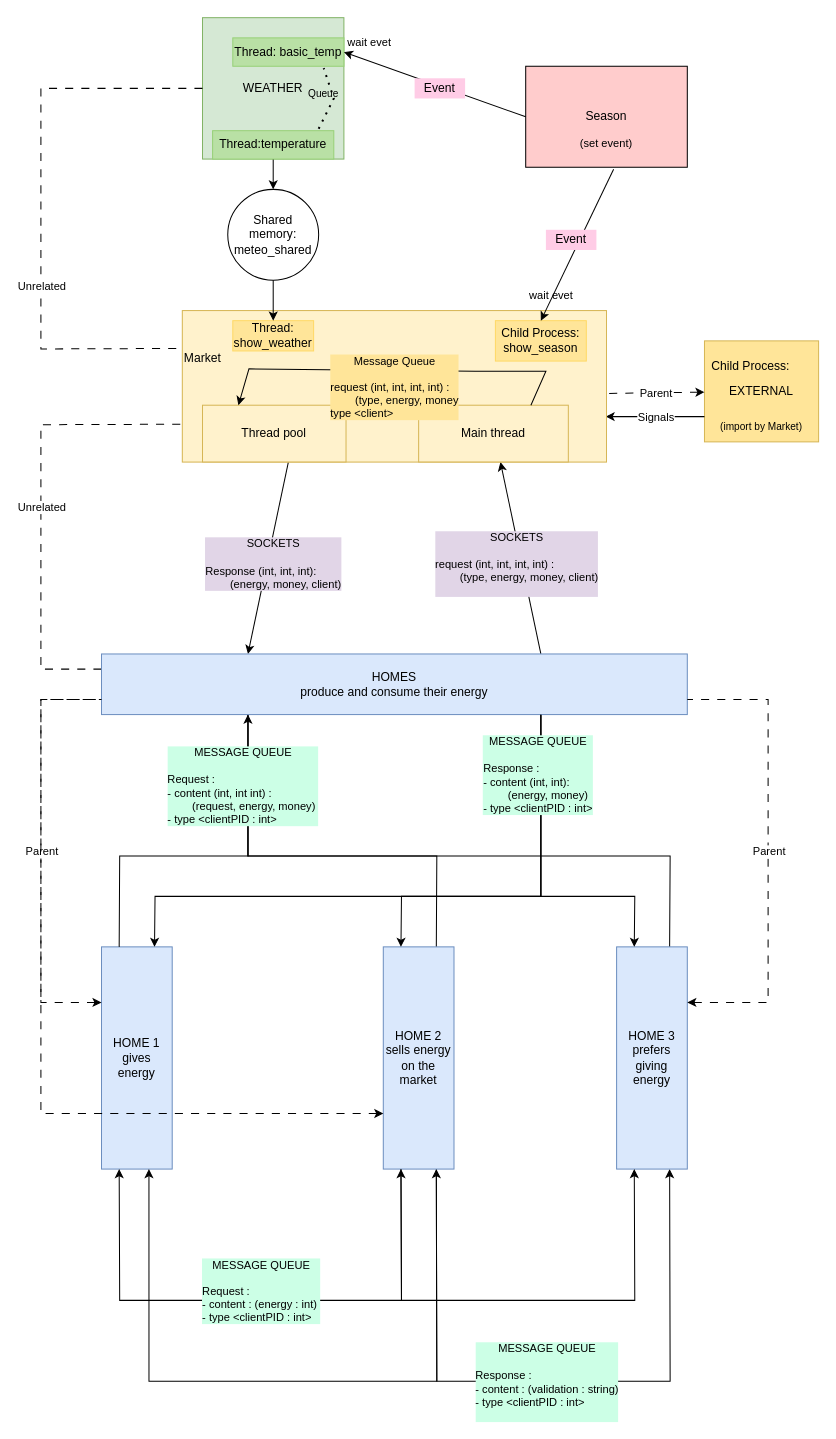
Earlier version of the draw.io diagram page "Page-1" (1 of 2) of design/process_diagram.drawio (camileen/energy-market_project). Source tidied: cells renumbered, new cells numbered last; positions are measured from the earlier drawing's top-left corner, leaving out a move shared by most shapes. Both pictures are drawn from the tidied source at 101%, with x=0, y=0 at pixel (40, 17).
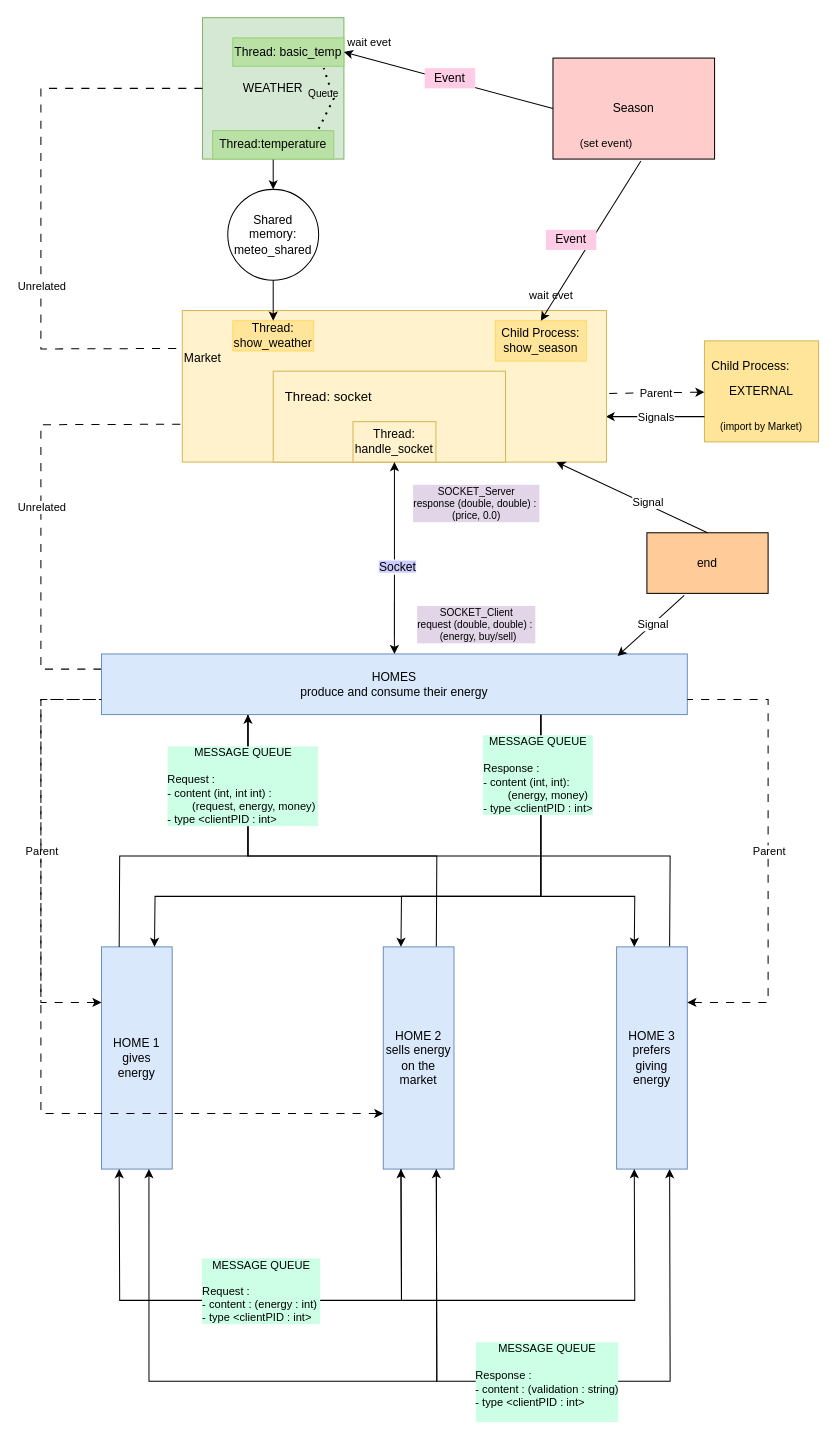
The same page after the edit.

Commit message:
diagram & UML

Unchanged cells that the change refers to:
```xml
<mxCell id="27" value="HOMES&lt;br&gt;produce and consume their energy" style="rounded=0;whiteSpace=wrap;html=1;fillColor=#dae8fc;strokeColor=#6c8ebf;" parent="1" vertex="1">
  <mxGeometry x="60" y="630" width="580" height="60" as="geometry" />
</mxCell>
<mxCell id="33" style="group;fillColor=#FFE599;" parent="1" vertex="1">
  <mxGeometry x="140" y="290" width="420" height="150" as="geometry" />
</mxCell>
<mxCell id="34" value="&lt;div style=&quot;text-align: center;&quot;&gt;&lt;br&gt;&lt;/div&gt;&lt;div style=&quot;text-align: center;&quot;&gt;&lt;br&gt;&lt;/div&gt;&lt;div style=&quot;text-align: center;&quot;&gt;Market&lt;br&gt;&lt;/div&gt;&lt;div style=&quot;text-align: center;&quot;&gt;&lt;span style=&quot;background-color: initial;&quot;&gt;&lt;br&gt;&lt;/span&gt;&lt;/div&gt;&lt;div style=&quot;text-align: center;&quot;&gt;&lt;span style=&quot;background-color: initial;&quot;&gt;&lt;br&gt;&lt;/span&gt;&lt;/div&gt;&lt;div style=&quot;text-align: center;&quot;&gt;&lt;span style=&quot;background-color: initial;&quot;&gt;&lt;br&gt;&lt;/span&gt;&lt;/div&gt;&lt;div style=&quot;text-align: center;&quot;&gt;&lt;span style=&quot;background-color: initial;&quot;&gt;&lt;br&gt;&lt;/span&gt;&lt;/div&gt;&lt;div style=&quot;text-align: center;&quot;&gt;&lt;span style=&quot;background-color: initial;&quot;&gt;&lt;br&gt;&lt;/span&gt;&lt;/div&gt;&lt;div style=&quot;text-align: center;&quot;&gt;&lt;span style=&quot;background-color: initial;&quot;&gt;&lt;br&gt;&lt;/span&gt;&lt;/div&gt;" style="whiteSpace=wrap;html=1;fillColor=#fff2cc;strokeColor=#d6b656;align=left;" parent="33" vertex="1">
  <mxGeometry width="420" height="150" as="geometry" />
</mxCell>
```

What changed in the source:
```diff
@@
-    <mxCell id="6" style="endArrow=classic;html=1;rounded=0;startArrow=none;startFill=0;exitX=0.75;exitY=0;exitDx=0;exitDy=0;entryX=0.75;entryY=1;entryDx=0;entryDy=0;" parent="1" edge="1" source="27" target="34">
-      <mxGeometry relative="1" as="geometry" />
-    </mxCell>
-    <mxCell id="7" value="SOCKETS&lt;br&gt;&lt;br&gt;&lt;div style=&quot;text-align: left;&quot;&gt;request (int, int, int, int) :&amp;nbsp;&lt;/div&gt;&lt;div style=&quot;text-align: left;&quot;&gt;&lt;span style=&quot;white-space: pre;&quot;&gt;&#9;&lt;/span&gt;(type, energy, money, client)&lt;/div&gt;&lt;div style=&quot;text-align: left;&quot;&gt;&lt;br&gt;&lt;/div&gt;" style="edgeLabel;html=1;align=center;verticalAlign=middle;fontColor=#000000;labelBackgroundColor=#E1D5E7;" parent="6" vertex="1">
-      <mxGeometry relative="1" as="geometry">
-        <mxPoint x="-5" y="5" as="offset" />
-      </mxGeometry>
-    </mxCell>
@@
-    <mxCell id="13" style="endArrow=none;html=1;rounded=0;startArrow=classic;startFill=1;endFill=0;exitX=0.25;exitY=0;exitDx=0;exitDy=0;entryX=0.25;entryY=1;entryDx=0;entryDy=0;" parent="1" edge="1" source="27" target="34">
-      <mxGeometry relative="1" as="geometry" />
-    </mxCell>
-    <mxCell id="14" value="SOCKETS&lt;br&gt;&lt;br style=&quot;border-color: var(--border-color);&quot;&gt;&lt;div style=&quot;text-align: left;&quot;&gt;Response (int, int, int):&lt;/div&gt;&lt;div style=&quot;text-align: left;&quot;&gt;&lt;span style=&quot;white-space: pre;&quot;&gt;&#9;&lt;/span&gt;(energy, money, client)&lt;/div&gt;" style="edgeLabel;html=1;align=center;verticalAlign=middle;labelBackgroundColor=#E1D5E7;" parent="13" vertex="1">
-      <mxGeometry relative="1" as="geometry">
-        <mxPoint x="5" y="5" as="offset" />
-      </mxGeometry>
-    </mxCell>
@@
-    <mxCell id="35" value="Thread pool" style="rounded=0;whiteSpace=wrap;html=1;fillColor=#fff2cc;strokeColor=#d6b656;" parent="33" vertex="1">
-      <mxGeometry x="20" y="93.7" width="142.1" height="56.2" as="geometry" />
-    </mxCell>
-    <mxCell id="36" value="Main thread" style="rounded=0;whiteSpace=wrap;html=1;fillColor=#fff2cc;strokeColor=#d6b656;" parent="33" vertex="1">
-      <mxGeometry x="234" y="93.7" width="148.2" height="56.2" as="geometry" />
+    <mxCell id="36" style="rounded=0;whiteSpace=wrap;html=1;fillColor=#fff2cc;strokeColor=#d6b656;" parent="33" vertex="1">
+      <mxGeometry x="90" y="60" width="230" height="90" as="geometry" />
     </mxCell>
-    <mxCell id="37" style="endArrow=classic;html=1;rounded=0;startArrow=none;startFill=0;exitX=0.75;exitY=0;exitDx=0;exitDy=0;entryX=0.25;entryY=0;entryDx=0;entryDy=0;endFill=1;" parent="33" edge="1" source="36" target="35">
-      <mxGeometry relative="1" as="geometry">
-        <Array as="points">
-          <mxPoint x="360" y="60" />
-          <mxPoint x="290" y="60" />
-          <mxPoint x="66" y="57.7" />
-        </Array>
-      </mxGeometry>
-    </mxCell>
-    <mxCell id="38" value="Message Queue&lt;br&gt;&lt;br&gt;&lt;div style=&quot;border-color: var(--border-color); text-align: left;&quot;&gt;request (int, int, int, int) :&amp;nbsp;&lt;/div&gt;&lt;div style=&quot;border-color: var(--border-color); text-align: left;&quot;&gt;&#9;&lt;span style=&quot;white-space: pre;&quot;&gt;&#9;&lt;/span&gt;(type, energy, money&lt;/div&gt;&lt;div style=&quot;border-color: var(--border-color); text-align: left;&quot;&gt;type &amp;lt;client&amp;gt;&lt;/div&gt;" style="edgeLabel;html=1;align=center;verticalAlign=middle;labelBackgroundColor=#FFE599;" parent="37" vertex="1">
-      <mxGeometry relative="1" as="geometry">
-        <mxPoint x="-3" y="16" as="offset" />
-      </mxGeometry>
-    </mxCell>
@@
+    <mxCell id="65" value="&lt;font style=&quot;font-size: 13px;&quot;&gt;Thread: socket&lt;/font&gt;" style="text;html=1;strokeColor=none;fillColor=none;align=center;verticalAlign=middle;whiteSpace=wrap;rounded=0;" parent="33" vertex="1">
+      <mxGeometry x="100" y="70" width="90" height="30" as="geometry" />
+    </mxCell>
+    <mxCell id="35" value="&lt;div&gt;Thread:&lt;/div&gt;&lt;div&gt;handle_socket&lt;br&gt;&lt;/div&gt;" style="rounded=0;whiteSpace=wrap;html=1;fillColor=#fff2cc;strokeColor=#d6b656;" parent="33" vertex="1">
+      <mxGeometry x="169" y="110" width="82.1" height="40" as="geometry" />
+    </mxCell>
@@
     <mxCell id="51" value="Season" style="rounded=0;whiteSpace=wrap;html=1;shadow=0;strokeColor=#000000;fillColor=#FFCCCC;" parent="1" vertex="1">
-      <mxGeometry x="480" y="48.1" width="160" height="100" as="geometry" />
+      <mxGeometry x="507" y="40" width="160" height="100" as="geometry" />
     </mxCell>
@@
     <mxCell id="55" value="Event" style="text;html=1;strokeColor=none;fillColor=#FFCCE6;align=center;verticalAlign=middle;whiteSpace=wrap;rounded=0;shadow=0;" parent="1" vertex="1">
-      <mxGeometry x="370" y="60" width="50" height="20" as="geometry" />
+      <mxGeometry x="380" y="50" width="50" height="20" as="geometry" />
     </mxCell>
@@
+    <mxCell id="66" value="&lt;div align=&quot;center&quot;&gt;&lt;font style=&quot;font-size: 10px;&quot;&gt;SOCKET_Server&lt;/font&gt;&lt;br&gt;&lt;/div&gt;&lt;div style=&quot;font-size: 10px;&quot; align=&quot;center&quot;&gt;&lt;font style=&quot;font-size: 10px;&quot;&gt;response (double, double) :&amp;nbsp;&lt;/font&gt;&lt;/div&gt;&lt;div style=&quot;font-size: 10px;&quot; align=&quot;center&quot;&gt;&lt;font style=&quot;font-size: 10px;&quot;&gt;&#9;(price, 0.0)&lt;/font&gt;&lt;/div&gt;" style="edgeLabel;html=1;align=center;verticalAlign=middle;labelBackgroundColor=#E1D5E7;" parent="1" vertex="1">
+      <mxGeometry x="430" y="480" as="geometry" />
+    </mxCell>
+    <mxCell id="67" value="&lt;font style=&quot;font-size: 10px;&quot;&gt;SOCKET_Client&lt;br&gt;&lt;/font&gt;&lt;div style=&quot;text-align: left; font-size: 10px;&quot;&gt;&lt;font style=&quot;font-size: 10px;&quot;&gt;request (double, double) :&amp;nbsp;&lt;/font&gt;&lt;/div&gt;&lt;div style=&quot;text-align: left; font-size: 10px;&quot;&gt;&lt;font style=&quot;font-size: 10px;&quot;&gt;&lt;span style=&quot;white-space: pre;&quot;&gt;&#9;&lt;/span&gt;(energy, buy/sell)&lt;/font&gt;&lt;/div&gt;" style="edgeLabel;html=1;align=center;verticalAlign=middle;fontColor=#000000;labelBackgroundColor=#E1D5E7;" parent="1" vertex="1">
+      <mxGeometry x="430" y="600" as="geometry" />
+    </mxCell>
+    <mxCell id="68" style="endArrow=classic;startArrow=classic;html=1;rounded=0;fontSize=11;entryX=0.5;entryY=1;entryDx=0;entryDy=0;exitX=0.5;exitY=0;exitDx=0;exitDy=0;" parent="1" edge="1" source="27" target="35">
+      <mxGeometry relative="1" as="geometry" />
+    </mxCell>
+    <mxCell id="69" value="&lt;span style=&quot;background-color: rgb(204, 204, 255);&quot;&gt;&lt;font style=&quot;font-size: 12px;&quot;&gt;Socket&lt;/font&gt;&lt;/span&gt;" style="edgeLabel;html=1;align=center;verticalAlign=middle;fontSize=11;" parent="68" vertex="1">
+      <mxGeometry x="-0.08" y="-2" relative="1" as="geometry" />
+    </mxCell>
+    <mxCell id="70" value="end" style="rounded=0;whiteSpace=wrap;html=1;fillColor=#FFCC99;" parent="1" vertex="1">
+      <mxGeometry x="600" y="510" width="120" height="60" as="geometry" />
+    </mxCell>
+    <mxCell id="71" style="endArrow=classic;html=1;rounded=0;exitX=0.5;exitY=0;exitDx=0;exitDy=0;" parent="1" edge="1" source="70" target="34">
+      <mxGeometry relative="1" as="geometry" />
+    </mxCell>
+    <mxCell id="72" value="Signal" style="edgeLabel;html=1;align=center;verticalAlign=middle;" parent="71" vertex="1">
+      <mxGeometry x="-0.36" y="-3" relative="1" as="geometry">
+        <mxPoint x="-13" y="-5" as="offset" />
+      </mxGeometry>
+    </mxCell>
+    <mxCell id="73" style="endArrow=classic;html=1;rounded=0;exitX=0.308;exitY=1.033;exitDx=0;exitDy=0;exitPerimeter=0;entryX=0.881;entryY=0.033;entryDx=0;entryDy=0;entryPerimeter=0;" parent="1" edge="1" source="70" target="27">
+      <mxGeometry relative="1" as="geometry" />
+    </mxCell>
+    <mxCell id="74" value="Signal" style="edgeLabel;html=1;align=center;verticalAlign=middle;" parent="73" vertex="1">
+      <mxGeometry x="-0.19" y="4" relative="1" as="geometry">
+        <mxPoint x="-8" y="1" as="offset" />
+      </mxGeometry>
+    </mxCell>
```
